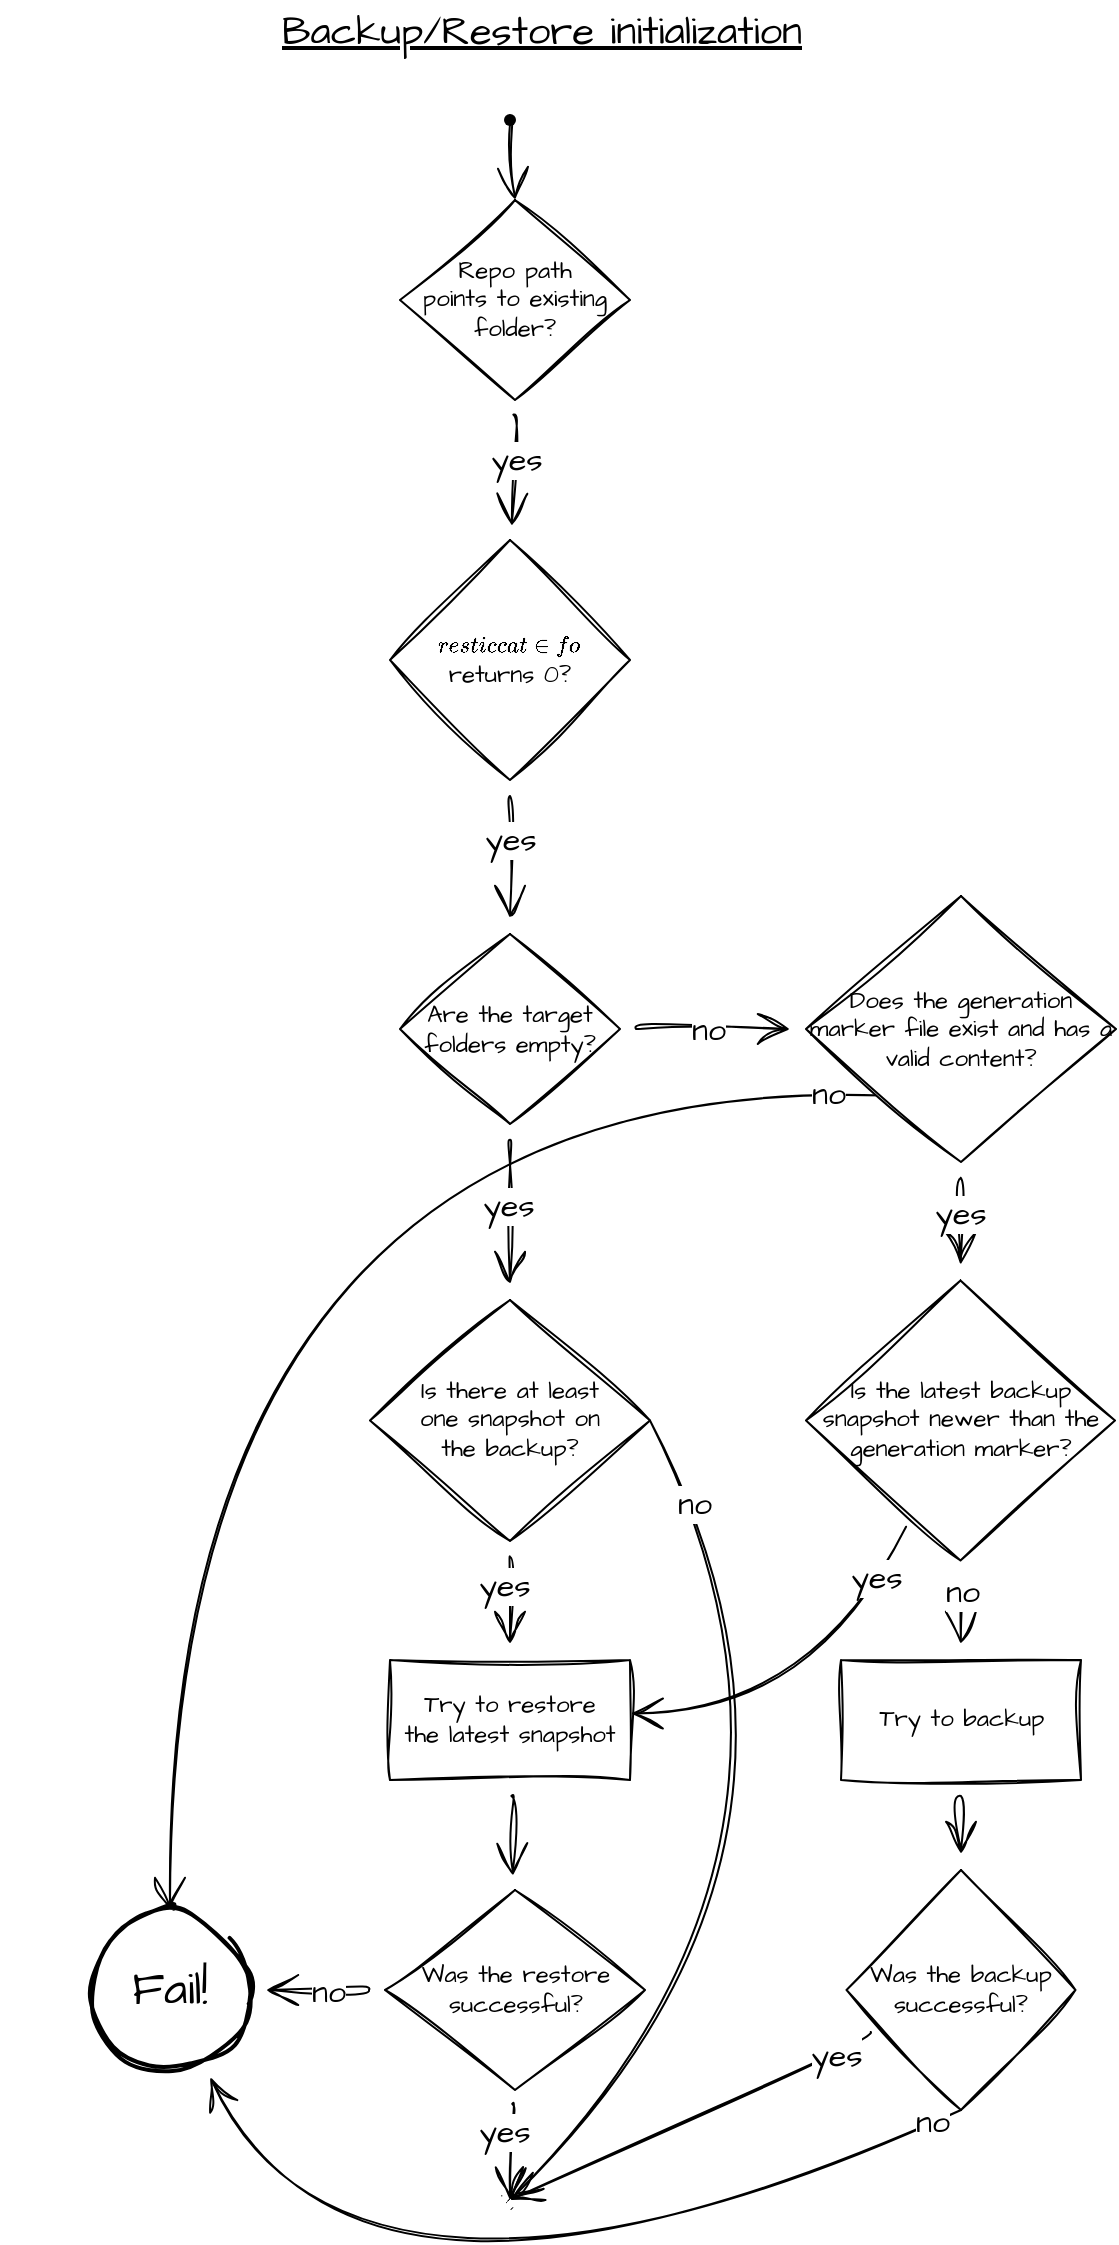
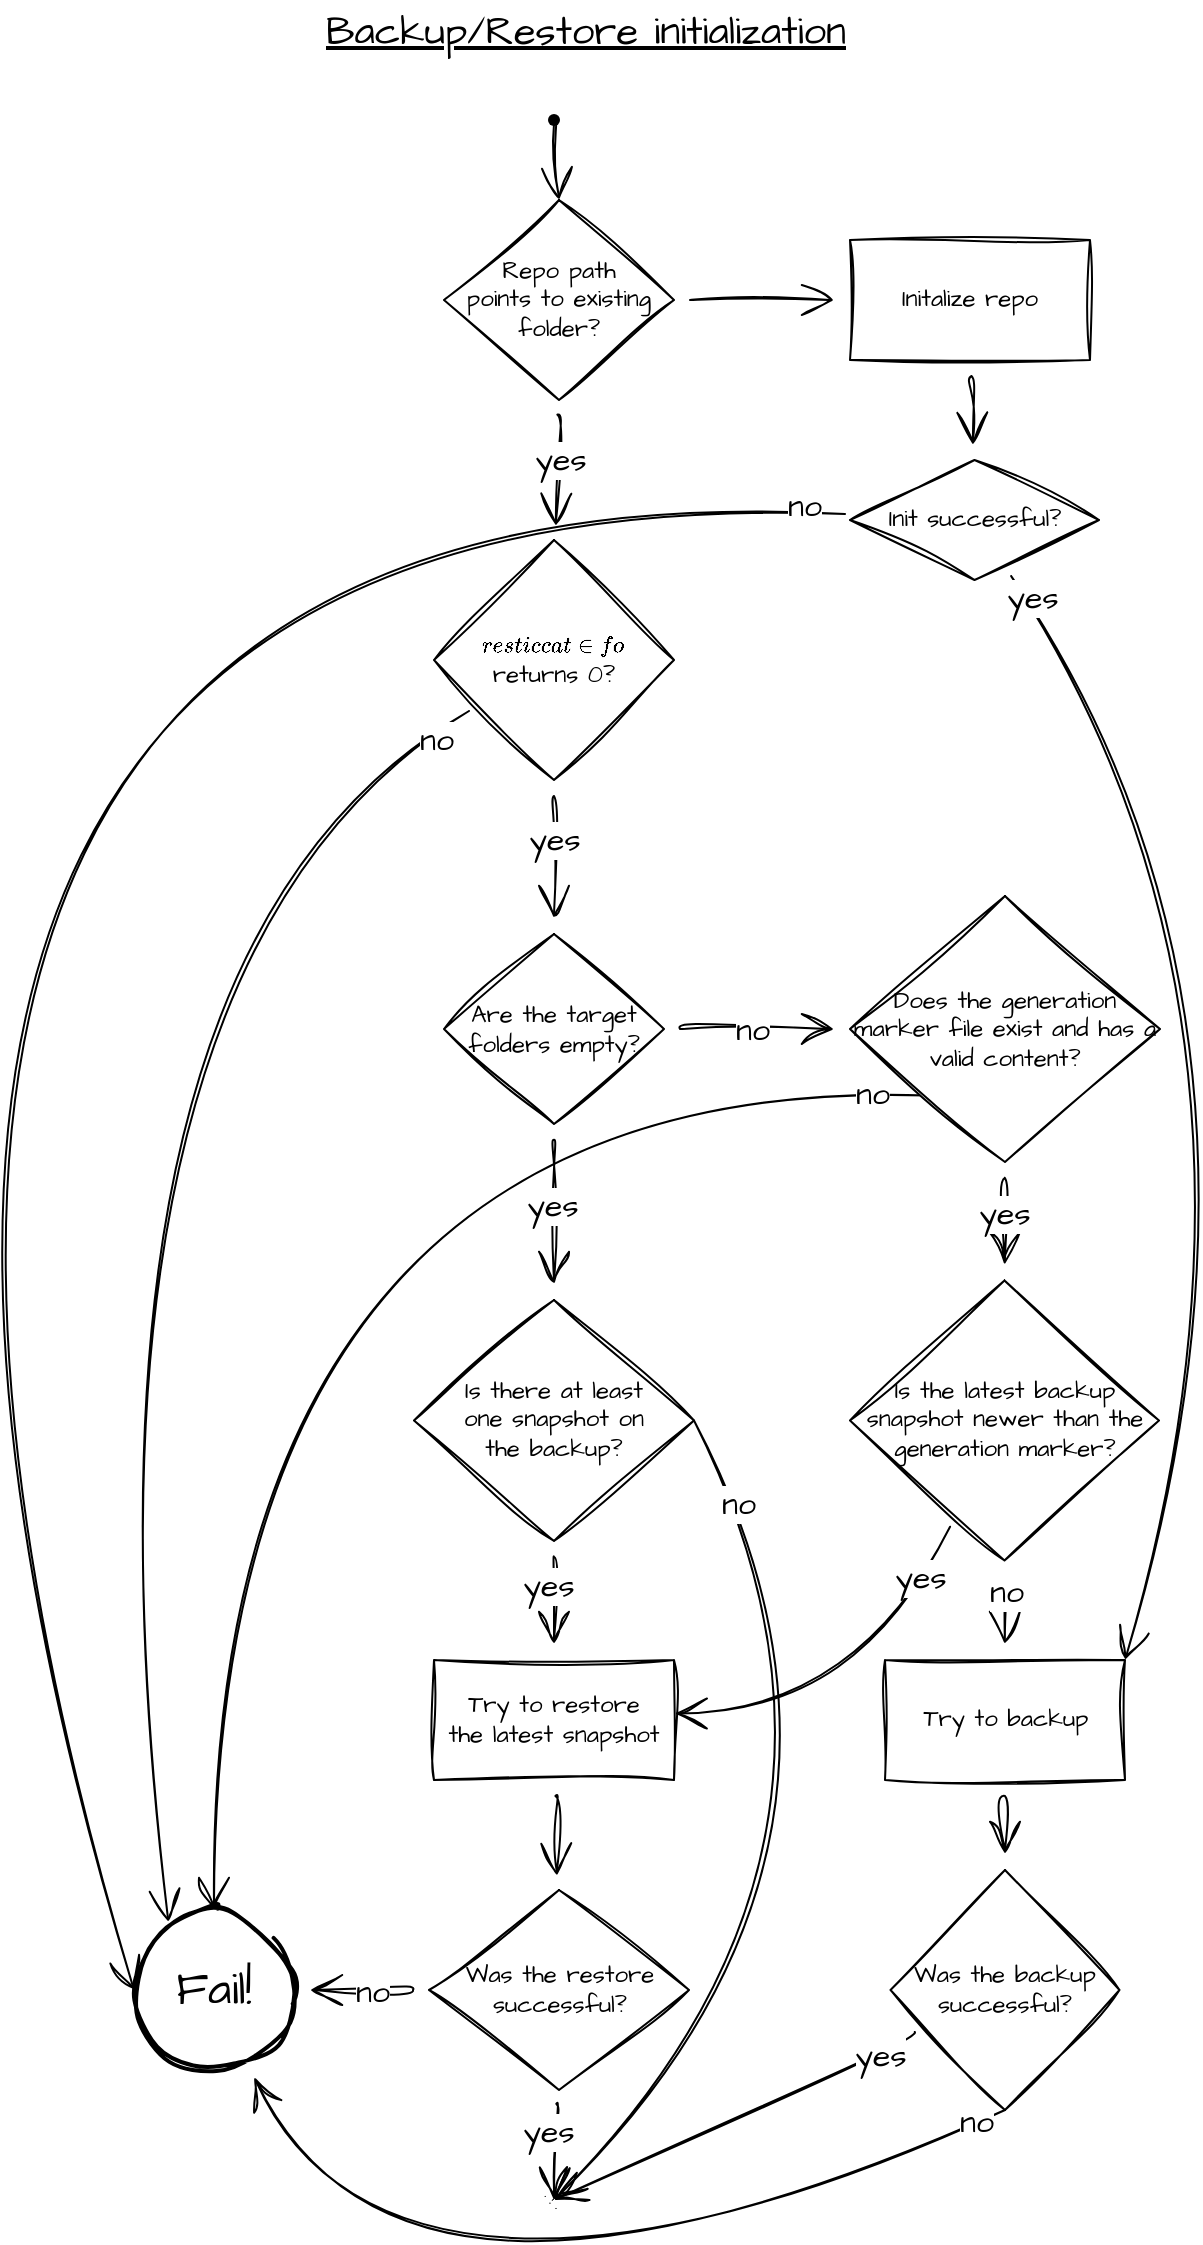
<mxfile host="app.diagrams.net" agent="Mozilla/5.0 (X11; Linux x86_64) AppleWebKit/537.36 (KHTML, like Gecko) Chrome/148.0.0.0 Safari/537.36" version="29.3.8">
  <diagram name="Page-1" id="c7558073-3199-34d8-9f00-42111426c3f3">
-     <mxGraphModel dx="3386" dy="1629" grid="1" gridSize="10" guides="1" tooltips="1" connect="1" arrows="1" fold="1" page="1" pageScale="1" pageWidth="827" pageHeight="1169" background="none" math="0" shadow="0">
+     <mxGraphModel dx="2320" dy="963" grid="1" gridSize="10" guides="1" tooltips="1" connect="1" arrows="1" fold="1" page="1" pageScale="1" pageWidth="827" pageHeight="1169" background="none" math="0" shadow="0">
      <root>
        <mxCell id="0" />
        <mxCell id="1" parent="0" />
        <mxCell id="7PtC6C1vlU6V4b_-sMcK-98" edge="1" parent="1" source="7PtC6C1vlU6V4b_-sMcK-96" style="edgeStyle=none;curved=1;rounded=0;sketch=1;hachureGap=4;jiggle=2;curveFitting=1;orthogonalLoop=1;jettySize=auto;html=1;entryX=0.5;entryY=0;entryDx=0;entryDy=0;fontFamily=Architects Daughter;fontSource=https%3A%2F%2Ffonts.googleapis.com%2Fcss%3Ffamily%3DArchitects%2BDaughter;fontSize=16;startSize=14;endArrow=open;endSize=14;sourcePerimeterSpacing=8;targetPerimeterSpacing=8;" target="7PtC6C1vlU6V4b_-sMcK-97">
          <mxGeometry relative="1" as="geometry" />
        </mxCell>
        <mxCell id="7PtC6C1vlU6V4b_-sMcK-96" parent="1" style="shape=waypoint;sketch=0;size=6;pointerEvents=1;points=[];fillColor=none;resizable=0;rotatable=0;perimeter=centerPerimeter;snapToPoint=1;hachureGap=4;jiggle=2;curveFitting=1;fontFamily=Architects Daughter;fontSource=https%3A%2F%2Ffonts.googleapis.com%2Fcss%3Ffamily%3DArchitects%2BDaughter;" value="" vertex="1">
          <mxGeometry height="20" width="20" x="-460" y="70" as="geometry" />
        </mxCell>
        <mxCell id="7PtC6C1vlU6V4b_-sMcK-101" edge="1" parent="1" source="7PtC6C1vlU6V4b_-sMcK-97" style="edgeStyle=none;curved=1;rounded=0;sketch=1;hachureGap=4;jiggle=2;curveFitting=1;orthogonalLoop=1;jettySize=auto;html=1;fontFamily=Architects Daughter;fontSource=https%3A%2F%2Ffonts.googleapis.com%2Fcss%3Ffamily%3DArchitects%2BDaughter;fontSize=16;startSize=14;endArrow=open;endSize=14;sourcePerimeterSpacing=8;targetPerimeterSpacing=8;" target="7PtC6C1vlU6V4b_-sMcK-100" value="">
          <mxGeometry relative="1" as="geometry" />
        </mxCell>
        <mxCell id="7PtC6C1vlU6V4b_-sMcK-102" connectable="0" parent="7PtC6C1vlU6V4b_-sMcK-101" style="edgeLabel;html=1;align=center;verticalAlign=middle;resizable=0;points=[];fontSize=16;sketch=1;hachureGap=4;jiggle=2;curveFitting=1;fontFamily=Architects Daughter;fontSource=https%3A%2F%2Ffonts.googleapis.com%2Fcss%3Ffamily%3DArchitects%2BDaughter;" value="yes" vertex="1">
          <mxGeometry relative="1" x="-0.1879" y="1" as="geometry">
            <mxPoint as="offset" />
          </mxGeometry>
        </mxCell>
+         <mxCell id="7PtC6C1vlU6V4b_-sMcK-161" edge="1" parent="1" source="7PtC6C1vlU6V4b_-sMcK-97" style="edgeStyle=none;curved=1;rounded=0;sketch=1;hachureGap=4;jiggle=2;curveFitting=1;orthogonalLoop=1;jettySize=auto;html=1;fontFamily=Architects Daughter;fontSource=https%3A%2F%2Ffonts.googleapis.com%2Fcss%3Ffamily%3DArchitects%2BDaughter;fontSize=16;startSize=14;endArrow=open;endSize=14;sourcePerimeterSpacing=8;targetPerimeterSpacing=8;" target="7PtC6C1vlU6V4b_-sMcK-160" value="">
+           <mxGeometry relative="1" as="geometry" />
+         </mxCell>
        <mxCell id="7PtC6C1vlU6V4b_-sMcK-97" parent="1" style="rhombus;whiteSpace=wrap;html=1;sketch=1;hachureGap=4;jiggle=2;curveFitting=1;fontFamily=Architects Daughter;fontSource=https%3A%2F%2Ffonts.googleapis.com%2Fcss%3Ffamily%3DArchitects%2BDaughter;" value="Repo path&lt;br&gt;points to existing folder?" vertex="1">
          <mxGeometry height="100" width="115" x="-505" y="120" as="geometry" />
        </mxCell>
        <mxCell id="7PtC6C1vlU6V4b_-sMcK-104" edge="1" parent="1" source="7PtC6C1vlU6V4b_-sMcK-100" style="edgeStyle=none;curved=1;rounded=0;sketch=1;hachureGap=4;jiggle=2;curveFitting=1;orthogonalLoop=1;jettySize=auto;html=1;fontFamily=Architects Daughter;fontSource=https%3A%2F%2Ffonts.googleapis.com%2Fcss%3Ffamily%3DArchitects%2BDaughter;fontSize=16;startSize=14;endArrow=open;endSize=14;sourcePerimeterSpacing=8;targetPerimeterSpacing=8;" target="7PtC6C1vlU6V4b_-sMcK-103" value="">
          <mxGeometry relative="1" as="geometry" />
        </mxCell>
        <mxCell id="7PtC6C1vlU6V4b_-sMcK-106" connectable="0" parent="7PtC6C1vlU6V4b_-sMcK-104" style="edgeLabel;html=1;align=center;verticalAlign=middle;resizable=0;points=[];fontSize=16;sketch=1;hachureGap=4;jiggle=2;curveFitting=1;fontFamily=Architects Daughter;fontSource=https%3A%2F%2Ffonts.googleapis.com%2Fcss%3Ffamily%3DArchitects%2BDaughter;" value="yes" vertex="1">
          <mxGeometry relative="1" x="-0.2775" as="geometry">
            <mxPoint as="offset" />
          </mxGeometry>
        </mxCell>
        <mxCell id="7PtC6C1vlU6V4b_-sMcK-100" parent="1" style="rhombus;whiteSpace=wrap;html=1;fontFamily=Architects Daughter;sketch=1;hachureGap=4;jiggle=2;curveFitting=1;fontSource=https%3A%2F%2Ffonts.googleapis.com%2Fcss%3Ffamily%3DArchitects%2BDaughter;" value="`restic cat info` returns 0?" vertex="1">
          <mxGeometry height="120" width="120" x="-510" y="290" as="geometry" />
        </mxCell>
        <mxCell id="7PtC6C1vlU6V4b_-sMcK-108" edge="1" parent="1" source="7PtC6C1vlU6V4b_-sMcK-103" style="edgeStyle=none;curved=1;rounded=0;sketch=1;hachureGap=4;jiggle=2;curveFitting=1;orthogonalLoop=1;jettySize=auto;html=1;fontFamily=Architects Daughter;fontSource=https%3A%2F%2Ffonts.googleapis.com%2Fcss%3Ffamily%3DArchitects%2BDaughter;fontSize=16;startSize=14;endArrow=open;endSize=14;sourcePerimeterSpacing=8;targetPerimeterSpacing=8;" target="7PtC6C1vlU6V4b_-sMcK-107" value="">
          <mxGeometry relative="1" as="geometry" />
        </mxCell>
        <mxCell id="7PtC6C1vlU6V4b_-sMcK-109" connectable="0" parent="7PtC6C1vlU6V4b_-sMcK-108" style="edgeLabel;html=1;align=center;verticalAlign=middle;resizable=0;points=[];fontSize=16;sketch=1;hachureGap=4;jiggle=2;curveFitting=1;fontFamily=Architects Daughter;fontSource=https%3A%2F%2Ffonts.googleapis.com%2Fcss%3Ffamily%3DArchitects%2BDaughter;" value="yes" vertex="1">
          <mxGeometry relative="1" x="-0.08" y="-1" as="geometry">
            <mxPoint as="offset" />
          </mxGeometry>
        </mxCell>
        <mxCell id="7PtC6C1vlU6V4b_-sMcK-130" edge="1" parent="1" source="7PtC6C1vlU6V4b_-sMcK-103" style="edgeStyle=none;curved=1;rounded=0;sketch=1;hachureGap=4;jiggle=2;curveFitting=1;orthogonalLoop=1;jettySize=auto;html=1;fontFamily=Architects Daughter;fontSource=https%3A%2F%2Ffonts.googleapis.com%2Fcss%3Ffamily%3DArchitects%2BDaughter;fontSize=16;startSize=14;endArrow=open;endSize=14;sourcePerimeterSpacing=8;targetPerimeterSpacing=8;" target="7PtC6C1vlU6V4b_-sMcK-129" value="">
          <mxGeometry relative="1" as="geometry" />
        </mxCell>
        <mxCell id="7PtC6C1vlU6V4b_-sMcK-131" connectable="0" parent="7PtC6C1vlU6V4b_-sMcK-130" style="edgeLabel;html=1;align=center;verticalAlign=middle;resizable=0;points=[];fontSize=16;sketch=1;hachureGap=4;jiggle=2;curveFitting=1;fontFamily=Architects Daughter;fontSource=https%3A%2F%2Ffonts.googleapis.com%2Fcss%3Ffamily%3DArchitects%2BDaughter;" value="no" vertex="1">
          <mxGeometry relative="1" x="-0.0592" as="geometry">
            <mxPoint as="offset" />
          </mxGeometry>
        </mxCell>
        <mxCell id="7PtC6C1vlU6V4b_-sMcK-103" parent="1" style="rhombus;whiteSpace=wrap;html=1;fontFamily=Architects Daughter;sketch=1;hachureGap=4;jiggle=2;curveFitting=1;fontSource=https%3A%2F%2Ffonts.googleapis.com%2Fcss%3Ffamily%3DArchitects%2BDaughter;" value="Are the target folders empty?" vertex="1">
          <mxGeometry height="95" width="110" x="-505" y="487" as="geometry" />
        </mxCell>
        <mxCell id="7PtC6C1vlU6V4b_-sMcK-113" edge="1" parent="1" source="7PtC6C1vlU6V4b_-sMcK-107" style="edgeStyle=none;curved=1;rounded=0;sketch=1;hachureGap=4;jiggle=2;curveFitting=1;orthogonalLoop=1;jettySize=auto;html=1;fontFamily=Architects Daughter;fontSource=https%3A%2F%2Ffonts.googleapis.com%2Fcss%3Ffamily%3DArchitects%2BDaughter;fontSize=16;startSize=14;endArrow=open;endSize=14;sourcePerimeterSpacing=8;targetPerimeterSpacing=8;" target="7PtC6C1vlU6V4b_-sMcK-112" value="">
          <mxGeometry relative="1" as="geometry" />
        </mxCell>
        <mxCell id="7PtC6C1vlU6V4b_-sMcK-116" connectable="0" parent="7PtC6C1vlU6V4b_-sMcK-113" style="edgeLabel;html=1;align=center;verticalAlign=middle;resizable=0;points=[];fontSize=16;sketch=1;hachureGap=4;jiggle=2;curveFitting=1;fontFamily=Architects Daughter;fontSource=https%3A%2F%2Ffonts.googleapis.com%2Fcss%3Ffamily%3DArchitects%2BDaughter;" value="yes" vertex="1">
          <mxGeometry relative="1" x="-0.3306" y="-3" as="geometry">
            <mxPoint as="offset" />
          </mxGeometry>
        </mxCell>
        <mxCell id="7PtC6C1vlU6V4b_-sMcK-123" edge="1" parent="1" source="7PtC6C1vlU6V4b_-sMcK-107" style="edgeStyle=none;curved=1;rounded=0;sketch=1;hachureGap=4;jiggle=2;curveFitting=1;orthogonalLoop=1;jettySize=auto;html=1;fontFamily=Architects Daughter;fontSource=https%3A%2F%2Ffonts.googleapis.com%2Fcss%3Ffamily%3DArchitects%2BDaughter;fontSize=16;startSize=14;endArrow=open;endSize=14;sourcePerimeterSpacing=8;targetPerimeterSpacing=8;exitX=1;exitY=0.5;exitDx=0;exitDy=0;" target="7PtC6C1vlU6V4b_-sMcK-118">
          <mxGeometry relative="1" as="geometry">
            <Array as="points">
              <mxPoint x="-270" y="950" />
            </Array>
            <mxPoint x="-302.746212121212" y="759.8470643939395" as="sourcePoint" />
            <mxPoint x="-270" y="1110" as="targetPoint" />
          </mxGeometry>
        </mxCell>
        <mxCell id="7PtC6C1vlU6V4b_-sMcK-125" connectable="0" parent="7PtC6C1vlU6V4b_-sMcK-123" style="edgeLabel;html=1;align=center;verticalAlign=middle;resizable=0;points=[];fontSize=16;sketch=1;hachureGap=4;jiggle=2;curveFitting=1;fontFamily=Architects Daughter;fontSource=https%3A%2F%2Ffonts.googleapis.com%2Fcss%3Ffamily%3DArchitects%2BDaughter;" value="no" vertex="1">
          <mxGeometry relative="1" x="-0.812" y="1" as="geometry">
            <mxPoint as="offset" />
          </mxGeometry>
        </mxCell>
        <mxCell id="7PtC6C1vlU6V4b_-sMcK-107" parent="1" style="rhombus;whiteSpace=wrap;html=1;fontFamily=Architects Daughter;sketch=1;hachureGap=4;jiggle=2;curveFitting=1;fontSource=https%3A%2F%2Ffonts.googleapis.com%2Fcss%3Ffamily%3DArchitects%2BDaughter;" value="Is there at least &lt;br&gt;one snapshot on &lt;br&gt;the backup?" vertex="1">
          <mxGeometry height="120.5" width="140" x="-520" y="670" as="geometry" />
        </mxCell>
        <mxCell id="7PtC6C1vlU6V4b_-sMcK-115" edge="1" parent="1" source="7PtC6C1vlU6V4b_-sMcK-112" style="edgeStyle=none;curved=1;rounded=0;sketch=1;hachureGap=4;jiggle=2;curveFitting=1;orthogonalLoop=1;jettySize=auto;html=1;fontFamily=Architects Daughter;fontSource=https%3A%2F%2Ffonts.googleapis.com%2Fcss%3Ffamily%3DArchitects%2BDaughter;fontSize=16;startSize=14;endArrow=open;endSize=14;sourcePerimeterSpacing=8;targetPerimeterSpacing=8;" target="7PtC6C1vlU6V4b_-sMcK-114" value="">
          <mxGeometry relative="1" as="geometry" />
        </mxCell>
        <mxCell id="7PtC6C1vlU6V4b_-sMcK-112" parent="1" style="whiteSpace=wrap;html=1;fontFamily=Architects Daughter;sketch=1;hachureGap=4;jiggle=2;curveFitting=1;fontSource=https%3A%2F%2Ffonts.googleapis.com%2Fcss%3Ffamily%3DArchitects%2BDaughter;" value="Try to restore&lt;br&gt;the latest snapshot" vertex="1">
          <mxGeometry height="60" width="120" x="-510" y="850" as="geometry" />
        </mxCell>
        <mxCell id="7PtC6C1vlU6V4b_-sMcK-119" edge="1" parent="1" source="7PtC6C1vlU6V4b_-sMcK-114" style="edgeStyle=none;curved=1;rounded=0;sketch=1;hachureGap=4;jiggle=2;curveFitting=1;orthogonalLoop=1;jettySize=auto;html=1;fontFamily=Architects Daughter;fontSource=https%3A%2F%2Ffonts.googleapis.com%2Fcss%3Ffamily%3DArchitects%2BDaughter;fontSize=16;startSize=14;endArrow=open;endSize=14;sourcePerimeterSpacing=8;targetPerimeterSpacing=8;" target="7PtC6C1vlU6V4b_-sMcK-118" value="">
          <mxGeometry relative="1" as="geometry" />
        </mxCell>
        <mxCell id="7PtC6C1vlU6V4b_-sMcK-120" connectable="0" parent="7PtC6C1vlU6V4b_-sMcK-119" style="edgeLabel;html=1;align=center;verticalAlign=middle;resizable=0;points=[];fontSize=16;sketch=1;hachureGap=4;jiggle=2;curveFitting=1;fontFamily=Architects Daughter;fontSource=https%3A%2F%2Ffonts.googleapis.com%2Fcss%3Ffamily%3DArchitects%2BDaughter;" value="yes" vertex="1">
          <mxGeometry relative="1" x="-0.4299" y="-4" as="geometry">
            <mxPoint as="offset" />
          </mxGeometry>
        </mxCell>
        <mxCell id="7PtC6C1vlU6V4b_-sMcK-122" edge="1" parent="1" source="7PtC6C1vlU6V4b_-sMcK-114" style="edgeStyle=none;curved=1;rounded=0;sketch=1;hachureGap=4;jiggle=2;curveFitting=1;orthogonalLoop=1;jettySize=auto;html=1;fontFamily=Architects Daughter;fontSource=https%3A%2F%2Ffonts.googleapis.com%2Fcss%3Ffamily%3DArchitects%2BDaughter;fontSize=16;startSize=14;endArrow=open;endSize=14;sourcePerimeterSpacing=8;targetPerimeterSpacing=8;" target="7PtC6C1vlU6V4b_-sMcK-121" value="">
          <mxGeometry relative="1" as="geometry" />
        </mxCell>
        <mxCell id="7PtC6C1vlU6V4b_-sMcK-132" connectable="0" parent="7PtC6C1vlU6V4b_-sMcK-122" style="edgeLabel;html=1;align=center;verticalAlign=middle;resizable=0;points=[];fontSize=16;sketch=1;hachureGap=4;jiggle=2;curveFitting=1;fontFamily=Architects Daughter;fontSource=https%3A%2F%2Ffonts.googleapis.com%2Fcss%3Ffamily%3DArchitects%2BDaughter;" value="no" vertex="1">
          <mxGeometry relative="1" x="-0.2076" y="1" as="geometry">
            <mxPoint as="offset" />
          </mxGeometry>
        </mxCell>
        <mxCell id="7PtC6C1vlU6V4b_-sMcK-114" parent="1" style="rhombus;whiteSpace=wrap;html=1;fontFamily=Architects Daughter;sketch=1;hachureGap=4;jiggle=2;curveFitting=1;fontSource=https%3A%2F%2Ffonts.googleapis.com%2Fcss%3Ffamily%3DArchitects%2BDaughter;" value="Was the restore successful?" vertex="1">
          <mxGeometry height="100" width="130" x="-512.5" y="965" as="geometry" />
        </mxCell>
        <mxCell id="7PtC6C1vlU6V4b_-sMcK-118" parent="1" style="shape=waypoint;sketch=1;size=6;pointerEvents=1;points=[];fillColor=default;resizable=0;rotatable=0;perimeter=centerPerimeter;snapToPoint=1;fontFamily=Architects Daughter;hachureGap=4;jiggle=2;curveFitting=1;fontSource=https%3A%2F%2Ffonts.googleapis.com%2Fcss%3Ffamily%3DArchitects%2BDaughter;" value="" vertex="1">
          <mxGeometry height="20" width="20" x="-460" y="1110" as="geometry" />
        </mxCell>
        <mxCell id="7PtC6C1vlU6V4b_-sMcK-121" parent="1" style="ellipse;whiteSpace=wrap;html=1;fontFamily=Architects Daughter;sketch=1;hachureGap=4;jiggle=2;curveFitting=1;fontSource=https%3A%2F%2Ffonts.googleapis.com%2Fcss%3Ffamily%3DArchitects%2BDaughter;fontSize=23;fontColor=light-dark(#000000,#FF0000);strokeColor=light-dark(#000000,#FF7A6D);shadow=0;strokeWidth=2;" value="Fail!" vertex="1">
          <mxGeometry height="80" width="80" x="-660" y="975" as="geometry" />
        </mxCell>
        <mxCell id="7PtC6C1vlU6V4b_-sMcK-134" edge="1" parent="1" source="7PtC6C1vlU6V4b_-sMcK-129" style="edgeStyle=none;curved=1;rounded=0;sketch=1;hachureGap=4;jiggle=2;curveFitting=1;orthogonalLoop=1;jettySize=auto;html=1;fontFamily=Architects Daughter;fontSource=https%3A%2F%2Ffonts.googleapis.com%2Fcss%3Ffamily%3DArchitects%2BDaughter;fontSize=16;startSize=14;endArrow=open;endSize=14;sourcePerimeterSpacing=8;targetPerimeterSpacing=8;" target="7PtC6C1vlU6V4b_-sMcK-133" value="">
          <mxGeometry relative="1" as="geometry" />
        </mxCell>
        <mxCell id="7PtC6C1vlU6V4b_-sMcK-135" connectable="0" parent="7PtC6C1vlU6V4b_-sMcK-134" style="edgeLabel;html=1;align=center;verticalAlign=middle;resizable=0;points=[];fontSize=16;sketch=1;hachureGap=4;jiggle=2;curveFitting=1;fontFamily=Architects Daughter;fontSource=https%3A%2F%2Ffonts.googleapis.com%2Fcss%3Ffamily%3DArchitects%2BDaughter;" value="yes" vertex="1">
          <mxGeometry relative="1" x="-0.2032" y="-1" as="geometry">
            <mxPoint as="offset" />
          </mxGeometry>
        </mxCell>
        <mxCell id="7PtC6C1vlU6V4b_-sMcK-155" edge="1" parent="1" source="7PtC6C1vlU6V4b_-sMcK-129" style="edgeStyle=none;curved=1;rounded=0;sketch=1;hachureGap=4;jiggle=2;curveFitting=1;orthogonalLoop=1;jettySize=auto;html=1;exitX=0;exitY=1;exitDx=0;exitDy=0;entryX=0.5;entryY=0;entryDx=0;entryDy=0;fontFamily=Architects Daughter;fontSource=https%3A%2F%2Ffonts.googleapis.com%2Fcss%3Ffamily%3DArchitects%2BDaughter;fontSize=16;startSize=14;endArrow=open;endSize=14;sourcePerimeterSpacing=8;targetPerimeterSpacing=8;" target="7PtC6C1vlU6V4b_-sMcK-121">
          <mxGeometry relative="1" as="geometry">
            <Array as="points">
              <mxPoint x="-620" y="560" />
            </Array>
          </mxGeometry>
        </mxCell>
        <mxCell id="7PtC6C1vlU6V4b_-sMcK-156" connectable="0" parent="7PtC6C1vlU6V4b_-sMcK-155" style="edgeLabel;html=1;align=center;verticalAlign=middle;resizable=0;points=[];fontSize=16;sketch=1;hachureGap=4;jiggle=2;curveFitting=1;fontFamily=Architects Daughter;fontSource=https%3A%2F%2Ffonts.googleapis.com%2Fcss%3Ffamily%3DArchitects%2BDaughter;" value="no" vertex="1">
          <mxGeometry relative="1" x="-0.927" as="geometry">
            <mxPoint as="offset" />
          </mxGeometry>
        </mxCell>
        <mxCell id="7PtC6C1vlU6V4b_-sMcK-129" parent="1" style="rhombus;whiteSpace=wrap;html=1;fontFamily=Architects Daughter;sketch=1;hachureGap=4;jiggle=2;curveFitting=1;fontSource=https%3A%2F%2Ffonts.googleapis.com%2Fcss%3Ffamily%3DArchitects%2BDaughter;" value="Does the generation marker file exist and has a valid content?" vertex="1">
          <mxGeometry height="133" width="155" x="-302" y="468" as="geometry" />
        </mxCell>
        <mxCell id="7PtC6C1vlU6V4b_-sMcK-146" edge="1" parent="1" source="7PtC6C1vlU6V4b_-sMcK-133" style="edgeStyle=none;curved=1;rounded=0;sketch=1;hachureGap=4;jiggle=2;curveFitting=1;orthogonalLoop=1;jettySize=auto;html=1;fontFamily=Architects Daughter;fontSource=https%3A%2F%2Ffonts.googleapis.com%2Fcss%3Ffamily%3DArchitects%2BDaughter;fontSize=16;startSize=14;endArrow=open;endSize=14;sourcePerimeterSpacing=8;targetPerimeterSpacing=8;" target="7PtC6C1vlU6V4b_-sMcK-145" value="">
          <mxGeometry relative="1" as="geometry" />
        </mxCell>
        <mxCell id="7PtC6C1vlU6V4b_-sMcK-154" connectable="0" parent="7PtC6C1vlU6V4b_-sMcK-146" style="edgeLabel;html=1;align=center;verticalAlign=middle;resizable=0;points=[];fontSize=16;sketch=1;hachureGap=4;jiggle=2;curveFitting=1;fontFamily=Architects Daughter;fontSource=https%3A%2F%2Ffonts.googleapis.com%2Fcss%3Ffamily%3DArchitects%2BDaughter;" value="no" vertex="1">
          <mxGeometry relative="1" x="-0.5286" as="geometry">
            <mxPoint as="offset" />
          </mxGeometry>
        </mxCell>
        <mxCell id="7PtC6C1vlU6V4b_-sMcK-133" parent="1" style="rhombus;whiteSpace=wrap;html=1;fontFamily=Architects Daughter;sketch=1;hachureGap=4;jiggle=2;curveFitting=1;fontSource=https%3A%2F%2Ffonts.googleapis.com%2Fcss%3Ffamily%3DArchitects%2BDaughter;" value="Is the latest backup snapshot newer than the generation marker?" vertex="1">
          <mxGeometry height="140" width="154.5" x="-302" y="660.25" as="geometry" />
        </mxCell>
        <mxCell id="7PtC6C1vlU6V4b_-sMcK-136" edge="1" parent="1" source="7PtC6C1vlU6V4b_-sMcK-133" style="edgeStyle=none;curved=1;rounded=0;sketch=1;hachureGap=4;jiggle=2;curveFitting=1;orthogonalLoop=1;jettySize=auto;html=1;entryX=1.003;entryY=0.445;entryDx=0;entryDy=0;entryPerimeter=0;fontFamily=Architects Daughter;fontSource=https%3A%2F%2Ffonts.googleapis.com%2Fcss%3Ffamily%3DArchitects%2BDaughter;fontSize=16;startSize=14;endArrow=open;endSize=14;sourcePerimeterSpacing=8;targetPerimeterSpacing=8;" target="7PtC6C1vlU6V4b_-sMcK-112">
          <mxGeometry relative="1" as="geometry">
            <Array as="points">
              <mxPoint x="-300" y="877" />
            </Array>
          </mxGeometry>
        </mxCell>
        <mxCell id="7PtC6C1vlU6V4b_-sMcK-137" connectable="0" parent="7PtC6C1vlU6V4b_-sMcK-136" style="edgeLabel;html=1;align=center;verticalAlign=middle;resizable=0;points=[];fontSize=16;sketch=1;hachureGap=4;jiggle=2;curveFitting=1;fontFamily=Architects Daughter;fontSource=https%3A%2F%2Ffonts.googleapis.com%2Fcss%3Ffamily%3DArchitects%2BDaughter;" value="yes" vertex="1">
          <mxGeometry relative="1" x="-0.699" y="-2" as="geometry">
            <mxPoint as="offset" />
          </mxGeometry>
        </mxCell>
        <mxCell id="7PtC6C1vlU6V4b_-sMcK-148" edge="1" parent="1" source="7PtC6C1vlU6V4b_-sMcK-145" style="edgeStyle=none;curved=1;rounded=0;sketch=1;hachureGap=4;jiggle=2;curveFitting=1;orthogonalLoop=1;jettySize=auto;html=1;fontFamily=Architects Daughter;fontSource=https%3A%2F%2Ffonts.googleapis.com%2Fcss%3Ffamily%3DArchitects%2BDaughter;fontSize=16;startSize=14;endArrow=open;endSize=14;sourcePerimeterSpacing=8;targetPerimeterSpacing=8;" target="7PtC6C1vlU6V4b_-sMcK-147" value="">
          <mxGeometry relative="1" as="geometry" />
        </mxCell>
        <mxCell id="7PtC6C1vlU6V4b_-sMcK-145" parent="1" style="whiteSpace=wrap;html=1;fontFamily=Architects Daughter;sketch=1;hachureGap=4;jiggle=2;curveFitting=1;fontSource=https%3A%2F%2Ffonts.googleapis.com%2Fcss%3Ffamily%3DArchitects%2BDaughter;" value="Try to backup" vertex="1">
          <mxGeometry height="60" width="120" x="-284.5" y="850" as="geometry" />
        </mxCell>
        <mxCell id="7PtC6C1vlU6V4b_-sMcK-151" edge="1" parent="1" source="7PtC6C1vlU6V4b_-sMcK-147" style="edgeStyle=none;curved=1;rounded=0;sketch=1;hachureGap=4;jiggle=2;curveFitting=1;orthogonalLoop=1;jettySize=auto;html=1;exitX=0.5;exitY=1;exitDx=0;exitDy=0;fontFamily=Architects Daughter;fontSource=https%3A%2F%2Ffonts.googleapis.com%2Fcss%3Ffamily%3DArchitects%2BDaughter;fontSize=16;startSize=14;endArrow=open;endSize=14;sourcePerimeterSpacing=8;targetPerimeterSpacing=8;" target="7PtC6C1vlU6V4b_-sMcK-121">
          <mxGeometry relative="1" as="geometry">
            <Array as="points">
              <mxPoint x="-530" y="1210" />
            </Array>
          </mxGeometry>
        </mxCell>
        <mxCell id="7PtC6C1vlU6V4b_-sMcK-153" connectable="0" parent="7PtC6C1vlU6V4b_-sMcK-151" style="edgeLabel;html=1;align=center;verticalAlign=middle;resizable=0;points=[];fontSize=16;sketch=1;hachureGap=4;jiggle=2;curveFitting=1;fontFamily=Architects Daughter;fontSource=https%3A%2F%2Ffonts.googleapis.com%2Fcss%3Ffamily%3DArchitects%2BDaughter;" value="no" vertex="1">
          <mxGeometry relative="1" x="-0.9356" y="-1" as="geometry">
            <mxPoint as="offset" />
          </mxGeometry>
        </mxCell>
        <mxCell id="7PtC6C1vlU6V4b_-sMcK-147" parent="1" style="rhombus;whiteSpace=wrap;html=1;fontFamily=Architects Daughter;sketch=1;hachureGap=4;jiggle=2;curveFitting=1;fontSource=https%3A%2F%2Ffonts.googleapis.com%2Fcss%3Ffamily%3DArchitects%2BDaughter;" value="Was the backup successful?" vertex="1">
          <mxGeometry height="120" width="114.5" x="-281.75" y="955" as="geometry" />
        </mxCell>
        <mxCell id="7PtC6C1vlU6V4b_-sMcK-149" edge="1" parent="1" source="7PtC6C1vlU6V4b_-sMcK-147" style="edgeStyle=none;curved=1;rounded=0;sketch=1;hachureGap=4;jiggle=2;curveFitting=1;orthogonalLoop=1;jettySize=auto;html=1;entryX=0.905;entryY=0.457;entryDx=0;entryDy=0;entryPerimeter=0;fontFamily=Architects Daughter;fontSource=https%3A%2F%2Ffonts.googleapis.com%2Fcss%3Ffamily%3DArchitects%2BDaughter;fontSize=16;startSize=14;endArrow=open;endSize=14;sourcePerimeterSpacing=8;targetPerimeterSpacing=8;" target="7PtC6C1vlU6V4b_-sMcK-118">
          <mxGeometry relative="1" as="geometry" />
        </mxCell>
        <mxCell id="7PtC6C1vlU6V4b_-sMcK-150" connectable="0" parent="7PtC6C1vlU6V4b_-sMcK-149" style="edgeLabel;html=1;align=center;verticalAlign=middle;resizable=0;points=[];fontSize=16;sketch=1;hachureGap=4;jiggle=2;curveFitting=1;fontFamily=Architects Daughter;fontSource=https%3A%2F%2Ffonts.googleapis.com%2Fcss%3Ffamily%3DArchitects%2BDaughter;" value="yes" vertex="1">
          <mxGeometry relative="1" x="-0.7941" y="3" as="geometry">
            <mxPoint as="offset" />
          </mxGeometry>
        </mxCell>
        <mxCell id="7PtC6C1vlU6V4b_-sMcK-157" parent="1" style="text;html=1;whiteSpace=wrap;strokeColor=none;fillColor=none;align=center;verticalAlign=middle;rounded=0;fontSize=20;fontFamily=Architects Daughter;fontSource=https%3A%2F%2Ffonts.googleapis.com%2Fcss%3Ffamily%3DArchitects%2BDaughter;fontStyle=4" value="Backup/Restore initialization" vertex="1">
          <mxGeometry height="30" width="540" x="-704.5" y="20" as="geometry" />
+         </mxCell>
+         <mxCell id="7PtC6C1vlU6V4b_-sMcK-158" edge="1" parent="1" source="7PtC6C1vlU6V4b_-sMcK-100" style="edgeStyle=none;curved=1;rounded=0;sketch=1;hachureGap=4;jiggle=2;curveFitting=1;orthogonalLoop=1;jettySize=auto;html=1;entryX=0.215;entryY=0.075;entryDx=0;entryDy=0;entryPerimeter=0;fontFamily=Architects Daughter;fontSource=https%3A%2F%2Ffonts.googleapis.com%2Fcss%3Ffamily%3DArchitects%2BDaughter;fontSize=16;startSize=14;endArrow=open;endSize=14;sourcePerimeterSpacing=8;targetPerimeterSpacing=8;" target="7PtC6C1vlU6V4b_-sMcK-121">
+           <mxGeometry relative="1" as="geometry">
+             <Array as="points">
+               <mxPoint x="-700" y="500" />
+             </Array>
+           </mxGeometry>
+         </mxCell>
+         <mxCell id="7PtC6C1vlU6V4b_-sMcK-159" connectable="0" parent="7PtC6C1vlU6V4b_-sMcK-158" style="edgeLabel;html=1;align=center;verticalAlign=middle;resizable=0;points=[];fontSize=16;sketch=1;hachureGap=4;jiggle=2;curveFitting=1;fontFamily=Architects Daughter;fontSource=https%3A%2F%2Ffonts.googleapis.com%2Fcss%3Ffamily%3DArchitects%2BDaughter;" value="no" vertex="1">
+           <mxGeometry relative="1" x="-0.9397" y="4" as="geometry">
+             <mxPoint as="offset" />
+           </mxGeometry>
+         </mxCell>
+         <mxCell id="7PtC6C1vlU6V4b_-sMcK-164" edge="1" parent="1" source="7PtC6C1vlU6V4b_-sMcK-160" style="edgeStyle=none;curved=1;rounded=0;sketch=1;hachureGap=4;jiggle=2;curveFitting=1;orthogonalLoop=1;jettySize=auto;html=1;fontFamily=Architects Daughter;fontSource=https%3A%2F%2Ffonts.googleapis.com%2Fcss%3Ffamily%3DArchitects%2BDaughter;fontSize=16;startSize=14;endArrow=open;endSize=14;sourcePerimeterSpacing=8;targetPerimeterSpacing=8;" target="7PtC6C1vlU6V4b_-sMcK-163" value="">
+           <mxGeometry relative="1" as="geometry" />
+         </mxCell>
+         <mxCell id="7PtC6C1vlU6V4b_-sMcK-160" parent="1" style="whiteSpace=wrap;html=1;fontFamily=Architects Daughter;sketch=1;hachureGap=4;jiggle=2;curveFitting=1;fontSource=https%3A%2F%2Ffonts.googleapis.com%2Fcss%3Ffamily%3DArchitects%2BDaughter;" value="Initalize repo" vertex="1">
+           <mxGeometry height="60" width="120" x="-302" y="140" as="geometry" />
+         </mxCell>
+         <mxCell id="7PtC6C1vlU6V4b_-sMcK-165" edge="1" parent="1" source="7PtC6C1vlU6V4b_-sMcK-163" style="edgeStyle=none;curved=1;rounded=0;sketch=1;hachureGap=4;jiggle=2;curveFitting=1;orthogonalLoop=1;jettySize=auto;html=1;entryX=0;entryY=0.5;entryDx=0;entryDy=0;fontFamily=Architects Daughter;fontSource=https%3A%2F%2Ffonts.googleapis.com%2Fcss%3Ffamily%3DArchitects%2BDaughter;fontSize=16;startSize=14;endArrow=open;endSize=14;sourcePerimeterSpacing=8;targetPerimeterSpacing=8;" target="7PtC6C1vlU6V4b_-sMcK-121">
+           <mxGeometry relative="1" as="geometry">
+             <Array as="points">
+               <mxPoint x="-890" y="250" />
+             </Array>
+           </mxGeometry>
+         </mxCell>
+         <mxCell id="7PtC6C1vlU6V4b_-sMcK-166" connectable="0" parent="7PtC6C1vlU6V4b_-sMcK-165" style="edgeLabel;html=1;align=center;verticalAlign=middle;resizable=0;points=[];fontSize=16;sketch=1;hachureGap=4;jiggle=2;curveFitting=1;fontFamily=Architects Daughter;fontSource=https%3A%2F%2Ffonts.googleapis.com%2Fcss%3Ffamily%3DArchitects%2BDaughter;" value="no" vertex="1">
+           <mxGeometry relative="1" x="-0.97" y="-3" as="geometry">
+             <mxPoint as="offset" />
+           </mxGeometry>
+         </mxCell>
+         <mxCell id="7PtC6C1vlU6V4b_-sMcK-167" edge="1" parent="1" source="7PtC6C1vlU6V4b_-sMcK-163" style="edgeStyle=none;curved=1;rounded=0;sketch=1;hachureGap=4;jiggle=2;curveFitting=1;orthogonalLoop=1;jettySize=auto;html=1;entryX=1;entryY=0;entryDx=0;entryDy=0;fontFamily=Architects Daughter;fontSource=https%3A%2F%2Ffonts.googleapis.com%2Fcss%3Ffamily%3DArchitects%2BDaughter;fontSize=16;startSize=14;endArrow=open;endSize=14;sourcePerimeterSpacing=8;targetPerimeterSpacing=8;" target="7PtC6C1vlU6V4b_-sMcK-145">
+           <mxGeometry relative="1" as="geometry">
+             <Array as="points">
+               <mxPoint x="-70" y="540" />
+             </Array>
+           </mxGeometry>
+         </mxCell>
+         <mxCell id="7PtC6C1vlU6V4b_-sMcK-168" connectable="0" parent="7PtC6C1vlU6V4b_-sMcK-167" style="edgeLabel;html=1;align=center;verticalAlign=middle;resizable=0;points=[];fontSize=16;sketch=1;hachureGap=4;jiggle=2;curveFitting=1;fontFamily=Architects Daughter;fontSource=https%3A%2F%2Ffonts.googleapis.com%2Fcss%3Ffamily%3DArchitects%2BDaughter;" value="yes" vertex="1">
+           <mxGeometry relative="1" x="-0.951" y="3" as="geometry">
+             <mxPoint as="offset" />
+           </mxGeometry>
+         </mxCell>
+         <mxCell id="7PtC6C1vlU6V4b_-sMcK-163" parent="1" style="rhombus;whiteSpace=wrap;html=1;fontFamily=Architects Daughter;sketch=1;hachureGap=4;jiggle=2;curveFitting=1;fontSource=https%3A%2F%2Ffonts.googleapis.com%2Fcss%3Ffamily%3DArchitects%2BDaughter;" value="Init successful?" vertex="1">
+           <mxGeometry height="60" width="124.5" x="-302" y="250" as="geometry" />
        </mxCell>
      </root>
    </mxGraphModel>
  </diagram>
</mxfile>
